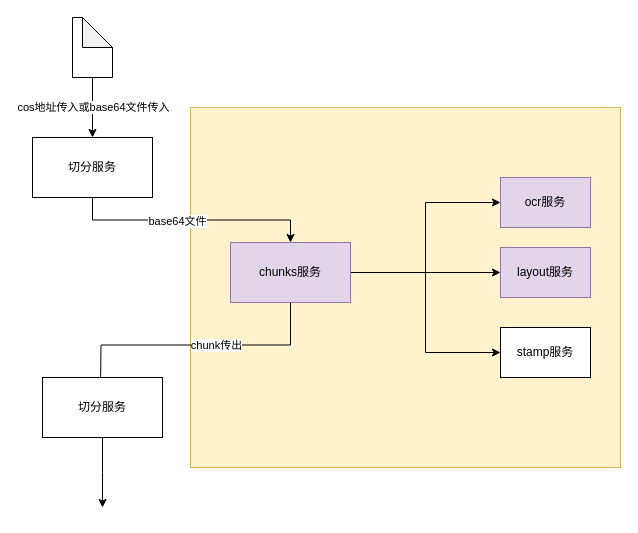
The draw.io diagram 切分模块.drawio in archwolf118/AI, before the edit. Source tidied: cells renumbered, new cells numbered last; positions are measured from the earlier drawing's top-left corner, leaving out a move shared by most shapes. Both pictures are drawn from the tidied source at 100%, with x=0, y=0 at pixel (32, 17).
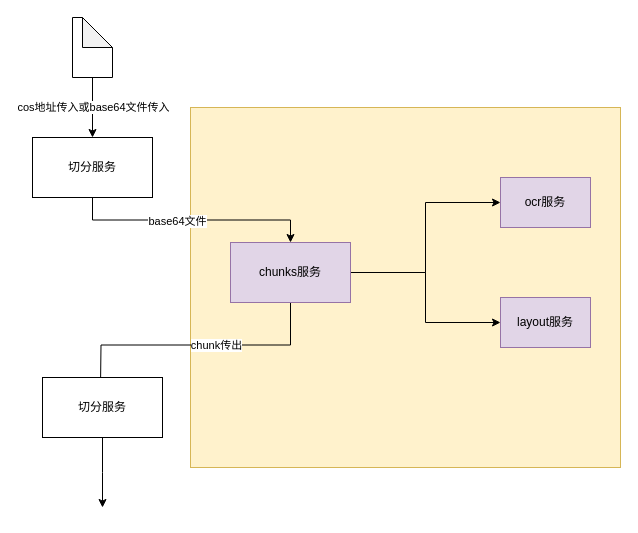
Above is the later version.

Commit message:
更新切分模块.drawio

The change refers to these unchanged cells:
```xml
<mxCell id="8" value="chunks服务" style="rounded=0;whiteSpace=wrap;html=1;fillColor=#e1d5e7;strokeColor=#9673a6;" parent="1" vertex="1">
  <mxGeometry x="198" y="225" width="120" height="60" as="geometry" />
</mxCell>
```

What changed in the source:
```diff
@@
-    <mxCell id="7" style="edgeStyle=orthogonalEdgeStyle;rounded=0;jettySize=auto;html=1;exitX=1;exitY=0.5;exitDx=0;exitDy=0;entryX=0;entryY=0.5;entryDx=0;entryDy=0;" parent="1" edge="1" source="8" target="17">
-      <mxGeometry relative="1" as="geometry" />
-    </mxCell>
@@
     <mxCell id="16" value="layout服务" style="rounded=0;whiteSpace=wrap;html=1;fillColor=#e1d5e7;strokeColor=#9673a6;" parent="1" vertex="1">
-      <mxGeometry x="468" y="230" width="90" height="50" as="geometry" />
+      <mxGeometry x="468" y="280" width="90" height="50" as="geometry" />
     </mxCell>
-    <mxCell id="17" value="stamp服务" style="rounded=0;whiteSpace=wrap;html=1;" parent="1" vertex="1">
-      <mxGeometry x="468" y="310" width="90" height="50" as="geometry" />
-    </mxCell>
```
